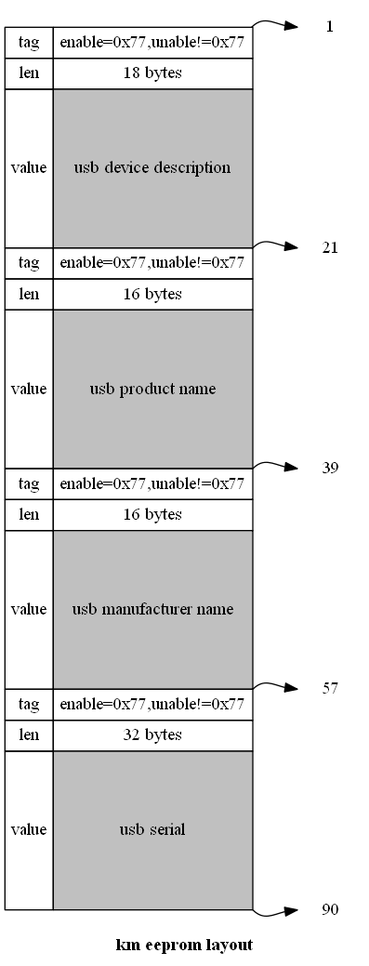
coolxv/atmega32u4-usb-dev keeps this Graphviz diagram as doc/eeprom_layout.png. Above is the earlier version. Its source is kept beside it as res/eeprom_layout.dot. The source it was exported from:
```dot
digraph eeprom {
    label = <<B>km eeprom layout</B>>;
	rankdir=LR
	node [shape=plaintext]


    eeprom [shape=none, width=0, height=0, margin=0, label=<
		<table title="eeprom" border="0" cellborder="1" cellspacing="0" cellpadding="4">
			<tr><td colspan="1">tag</td>
				<td colspan="4" width="128" port="eeprom_1">enable=0x77,unable!=0x77</td></tr>
			<tr><td colspan="1">len</td>
				<td colspan="4" width="128">18 bytes</td></tr>
			<tr><td colspan="1" rowspan="1">value</td>
				<td colspan="4" width="128" rowspan="1" height="128" bgcolor="grey">usb device description</td></tr>
			<tr><td colspan="1">tag</td>
				<td colspan="4" width="128" port="eeprom_2">enable=0x77,unable!=0x77</td></tr>
			<tr><td colspan="1">len</td>
				<td colspan="4">16 bytes</td></tr>
			<tr><td colspan="1" rowspan="1">value</td>
				<td colspan="4" width="128" rowspan="1" height="128" bgcolor="grey">usb product name</td></tr>
			<tr><td colspan="1">tag</td>
				<td colspan="4" width="128" port="eeprom_3">enable=0x77,unable!=0x77</td></tr>
			<tr><td colspan="1">len</td>
				<td colspan="4" width="128">16 bytes</td></tr>
			<tr><td colspan="1" rowspan="1">value</td>
				<td colspan="4" width="128" rowspan="1" height="128" bgcolor="grey">usb manufacturer name</td></tr>
			<tr><td colspan="1">tag</td>
				<td colspan="4" width="128" port="eeprom_4">enable=0x77,unable!=0x77</td></tr>
			<tr><td colspan="1">len</td>
				<td colspan="4" width="128">32 bytes</td></tr>
			<tr><td colspan="1" rowspan="1">value</td>
				<td colspan="4" width="128" rowspan="1" height="128" bgcolor="grey" port="eeprom_5">usb serial</td></tr>
		</table>>  ]
	addr_0 [label="1"]
	eeprom:eeprom_1:ne -> addr_0:w
	addr_1 [label="21"]
	eeprom:eeprom_2:ne -> addr_1:w
	addr_2 [label="39"]
	eeprom:eeprom_3:ne -> addr_2:w
	addr_3 [label="57"]
	eeprom:eeprom_4:ne -> addr_3:w
	addr_4 [label="90"]
	eeprom:eeprom_5:se -> addr_4:w
}
```
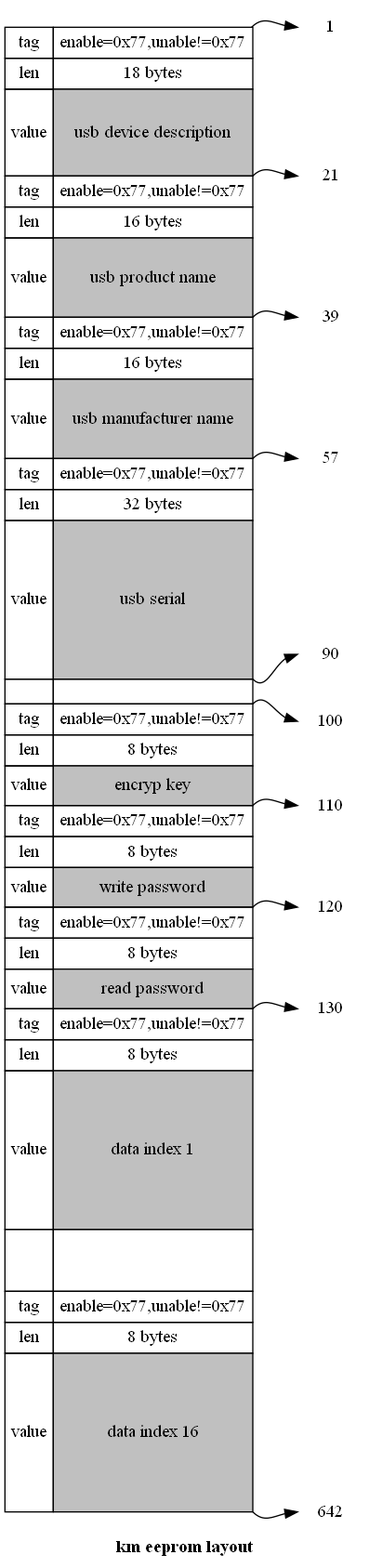
After the change.

Change to the diagram source:
```diff
@@ -11,25 +11,66 @@
 			<tr><td colspan="1">len</td>
 				<td colspan="4" width="128">18 bytes</td></tr>
 			<tr><td colspan="1" rowspan="1">value</td>
-				<td colspan="4" width="128" rowspan="1" height="128" bgcolor="grey">usb device description</td></tr>
+				<td colspan="4" width="128" rowspan="1" height="70" bgcolor="grey">usb device description</td></tr>
 			<tr><td colspan="1">tag</td>
 				<td colspan="4" width="128" port="eeprom_2">enable=0x77,unable!=0x77</td></tr>
 			<tr><td colspan="1">len</td>
 				<td colspan="4">16 bytes</td></tr>
 			<tr><td colspan="1" rowspan="1">value</td>
-				<td colspan="4" width="128" rowspan="1" height="128" bgcolor="grey">usb product name</td></tr>
+				<td colspan="4" width="128" rowspan="1" height="64" bgcolor="grey">usb product name</td></tr>
 			<tr><td colspan="1">tag</td>
 				<td colspan="4" width="128" port="eeprom_3">enable=0x77,unable!=0x77</td></tr>
 			<tr><td colspan="1">len</td>
 				<td colspan="4" width="128">16 bytes</td></tr>
 			<tr><td colspan="1" rowspan="1">value</td>
-				<td colspan="4" width="128" rowspan="1" height="128" bgcolor="grey">usb manufacturer name</td></tr>
+				<td colspan="4" width="128" rowspan="1" height="64" bgcolor="grey">usb manufacturer name</td></tr>
 			<tr><td colspan="1">tag</td>
 				<td colspan="4" width="128" port="eeprom_4">enable=0x77,unable!=0x77</td></tr>
 			<tr><td colspan="1">len</td>
 				<td colspan="4" width="128">32 bytes</td></tr>
 			<tr><td colspan="1" rowspan="1">value</td>
 				<td colspan="4" width="128" rowspan="1" height="128" bgcolor="grey" port="eeprom_5">usb serial</td></tr>
+
+			<tr><td colspan="1" rowspan="1"></td>
+				<td colspan="4" width="128" rowspan="1" height="20"></td></tr>
+
+			<tr><td colspan="1">tag</td>
+				<td colspan="4" width="128" port="eeprom_6">enable=0x77,unable!=0x77</td></tr>
+			<tr><td colspan="1">len</td>
+				<td colspan="4" width="128">8 bytes</td></tr>
+			<tr><td colspan="1" rowspan="1">value</td>
+				<td colspan="4" width="128" rowspan="1" height="32" bgcolor="grey">encryp key</td></tr>
+
+			<tr><td colspan="1">tag</td>
+				<td colspan="4" width="128" port="eeprom_7">enable=0x77,unable!=0x77</td></tr>
+			<tr><td colspan="1">len</td>
+				<td colspan="4" width="128">8 bytes</td></tr>
+			<tr><td colspan="1" rowspan="1">value</td>
+				<td colspan="4" width="128" rowspan="1" height="32" bgcolor="grey">write password</td></tr>
+
+			<tr><td colspan="1">tag</td>
+				<td colspan="4" width="128" port="eeprom_8">enable=0x77,unable!=0x77</td></tr>
+			<tr><td colspan="1">len</td>
+				<td colspan="4" width="128">8 bytes</td></tr>
+			<tr><td colspan="1" rowspan="1">value</td>
+				<td colspan="4" width="128" rowspan="1" height="32" bgcolor="grey" port="eeprom_9">read password</td></tr>
+
+			<tr><td colspan="1">tag</td>
+				<td colspan="4" width="128" port="eeprom_10">enable=0x77,unable!=0x77</td></tr>
+			<tr><td colspan="1">len</td>
+				<td colspan="4" width="128">8 bytes</td></tr>
+			<tr><td colspan="1" rowspan="1">value</td>
+				<td colspan="4" width="128" rowspan="1" height="128" bgcolor="grey">data index 1</td></tr>
+
+			<tr><td colspan="1" rowspan="1"></td>
+				<td colspan="4" width="128" rowspan="1" height="50"></td></tr>
+
+			<tr><td colspan="1">tag</td>
+				<td colspan="4" width="128" port="eeprom_11">enable=0x77,unable!=0x77</td></tr>
+			<tr><td colspan="1">len</td>
+				<td colspan="4" width="128">8 bytes</td></tr>
+			<tr><td colspan="1" rowspan="1">value</td>
+				<td colspan="4" width="128" rowspan="1" height="128" bgcolor="grey" port="eeprom_12">data index 16</td></tr>
 		</table>>  ]
 	addr_0 [label="1"]
 	eeprom:eeprom_1:ne -> addr_0:w
@@ -41,4 +82,16 @@
 	eeprom:eeprom_4:ne -> addr_3:w
 	addr_4 [label="90"]
 	eeprom:eeprom_5:se -> addr_4:w
+
+	addr_5 [label="100"]
+	eeprom:eeprom_6:ne -> addr_5:w
+	addr_6 [label="110"]
+	eeprom:eeprom_7:ne -> addr_6:w
+	addr_7 [label="120"]
+	eeprom:eeprom_8:ne -> addr_7:w
+
+	addr_8 [label="130"]
+	eeprom:eeprom_10:ne -> addr_8:w
+	addr_9 [label="642"]
+	eeprom:eeprom_12:se -> addr_9:w
 }
```
